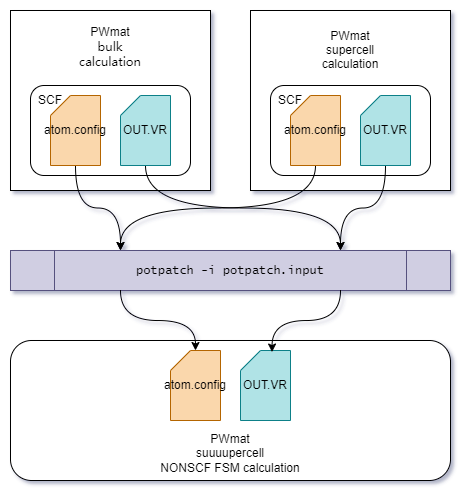
Above: doc/images/potpatch.drawio.png in bzzlfd/potpatch (draw.io), before the change. Source tidied: cells renumbered, new cells last; positions are measured from the earlier drawing's top-left corner, leaving out a move shared by most shapes. Source of this version:
```xml
<mxGraphModel>
  <root>
    <mxCell id="0" />
    <mxCell id="1" parent="0" />
    <mxCell id="2" value="&lt;font face=&quot;Helvetica&quot;&gt;PWmat&lt;/font&gt;&lt;div&gt;&lt;font face=&quot;jHehnsty3kbcPnLkR7hM&quot;&gt;bulk&lt;/font&gt;&lt;/div&gt;&lt;div&gt;&lt;font face=&quot;jHehnsty3kbcPnLkR7hM&quot;&gt;calculation&lt;/font&gt;&lt;/div&gt;&lt;div&gt;&lt;font face=&quot;jHehnsty3kbcPnLkR7hM&quot;&gt;&lt;br&gt;&lt;/font&gt;&lt;/div&gt;&lt;div&gt;&lt;font face=&quot;jHehnsty3kbcPnLkR7hM&quot;&gt;&lt;br&gt;&lt;/font&gt;&lt;/div&gt;&lt;div&gt;&lt;font face=&quot;jHehnsty3kbcPnLkR7hM&quot;&gt;&lt;br&gt;&lt;/font&gt;&lt;/div&gt;&lt;div&gt;&lt;font face=&quot;jHehnsty3kbcPnLkR7hM&quot;&gt;&lt;br&gt;&lt;/font&gt;&lt;/div&gt;&lt;div&gt;&lt;font face=&quot;jHehnsty3kbcPnLkR7hM&quot;&gt;&lt;br&gt;&lt;/font&gt;&lt;/div&gt;&lt;div&gt;&lt;font face=&quot;jHehnsty3kbcPnLkR7hM&quot;&gt;&lt;br&gt;&lt;/font&gt;&lt;/div&gt;&lt;div&gt;&lt;br&gt;&lt;/div&gt;" style="rounded=0;whiteSpace=wrap;html=1;" parent="1" vertex="1">
      <mxGeometry width="200" height="180" as="geometry" />
    </mxCell>
    <mxCell id="3" style="rounded=1;whiteSpace=wrap;html=1;" parent="1" vertex="1">
      <mxGeometry x="20" y="75" width="160" height="90" as="geometry" />
    </mxCell>
    <mxCell id="4" style="edgeStyle=orthogonalEdgeStyle;curved=1;rounded=0;jettySize=auto;html=1;exitX=0.5;exitY=1;exitDx=0;exitDy=0;exitPerimeter=0;entryX=0.75;entryY=0;entryDx=0;entryDy=0;" parent="1" edge="1" source="5" target="14">
      <mxGeometry relative="1" as="geometry" />
    </mxCell>
    <mxCell id="5" value="OUT.VR" style="shape=card;whiteSpace=wrap;html=1;size=20;fillColor=#b0e3e6;strokeColor=#0e8088;" parent="1" vertex="1">
      <mxGeometry x="110" y="85" width="50" height="70" as="geometry" />
    </mxCell>
    <mxCell id="6" style="edgeStyle=orthogonalEdgeStyle;curved=1;rounded=0;jettySize=auto;html=1;exitX=0.5;exitY=1;exitDx=0;exitDy=0;exitPerimeter=0;entryX=0.25;entryY=0;entryDx=0;entryDy=0;" parent="1" edge="1" source="7" target="14">
      <mxGeometry relative="1" as="geometry" />
    </mxCell>
    <mxCell id="7" value="&lt;font face=&quot;Helvetica&quot;&gt;atom.config&lt;/font&gt;" style="shape=card;whiteSpace=wrap;html=1;size=20;fillColor=#fad7ac;strokeColor=#b46504;" parent="1" vertex="1">
      <mxGeometry x="40" y="85" width="50" height="70" as="geometry" />
    </mxCell>
    <mxCell id="8" value="PWmat&lt;div&gt;supercell&lt;/div&gt;&lt;div&gt;calculation&lt;/div&gt;&lt;div&gt;&lt;br&gt;&lt;/div&gt;&lt;div&gt;&lt;br&gt;&lt;/div&gt;&lt;div&gt;&lt;br&gt;&lt;/div&gt;&lt;div&gt;&lt;br&gt;&lt;/div&gt;&lt;div&gt;&lt;br&gt;&lt;/div&gt;&lt;div&gt;&lt;br&gt;&lt;/div&gt;&lt;div&gt;&lt;br&gt;&lt;/div&gt;" style="rounded=0;whiteSpace=wrap;html=1;" parent="1" vertex="1">
      <mxGeometry x="240" width="200" height="180" as="geometry" />
    </mxCell>
    <mxCell id="9" style="rounded=1;whiteSpace=wrap;html=1;" parent="1" vertex="1">
      <mxGeometry x="260" y="75" width="160" height="90" as="geometry" />
    </mxCell>
    <mxCell id="10" style="edgeStyle=orthogonalEdgeStyle;curved=1;rounded=0;jettySize=auto;html=1;exitX=0.5;exitY=1;exitDx=0;exitDy=0;exitPerimeter=0;entryX=0.75;entryY=0;entryDx=0;entryDy=0;" parent="1" edge="1" source="11" target="14">
      <mxGeometry relative="1" as="geometry" />
    </mxCell>
    <mxCell id="11" value="OUT.VR" style="shape=card;whiteSpace=wrap;html=1;size=20;fillColor=#b0e3e6;strokeColor=#0e8088;" parent="1" vertex="1">
      <mxGeometry x="350" y="85" width="50" height="70" as="geometry" />
    </mxCell>
    <mxCell id="12" style="edgeStyle=orthogonalEdgeStyle;curved=1;rounded=0;jettySize=auto;html=1;exitX=0.5;exitY=1;exitDx=0;exitDy=0;exitPerimeter=0;entryX=0.25;entryY=0;entryDx=0;entryDy=0;" parent="1" edge="1" source="13" target="14">
      <mxGeometry relative="1" as="geometry" />
    </mxCell>
    <mxCell id="13" value="atom.config" style="shape=card;whiteSpace=wrap;html=1;size=20;fillColor=#fad7ac;strokeColor=#b46504;" parent="1" vertex="1">
      <mxGeometry x="280" y="85" width="50" height="70" as="geometry" />
    </mxCell>
    <mxCell id="14" value="&lt;font face=&quot;Lucida Console&quot;&gt;potpatch -i potpatch.input&lt;/font&gt;" style="shape=process;whiteSpace=wrap;html=1;backgroundOutline=1;fillColor=#d0cee2;strokeColor=#56517e;" parent="1" vertex="1">
      <mxGeometry y="240" width="440" height="40" as="geometry" />
    </mxCell>
    <mxCell id="15" value="&lt;div&gt;&lt;br&gt;&lt;/div&gt;&lt;div&gt;&lt;br&gt;&lt;/div&gt;&lt;div&gt;&lt;br&gt;&lt;/div&gt;&lt;div&gt;&lt;br&gt;&lt;/div&gt;&lt;div&gt;&lt;br&gt;&lt;/div&gt;&lt;div&gt;&lt;br&gt;&lt;/div&gt;&lt;div&gt;PWmat&lt;/div&gt;&lt;div&gt;suuuupercell&lt;/div&gt;&lt;div&gt;NONSCF&amp;nbsp;&lt;span style=&quot;background-color: initial;&quot;&gt;FSM calculation&lt;/span&gt;&lt;/div&gt;" style="rounded=1;whiteSpace=wrap;html=1;" parent="1" vertex="1">
      <mxGeometry y="330" width="440" height="140" as="geometry" />
    </mxCell>
    <mxCell id="16" value="OUT.VR" style="shape=card;whiteSpace=wrap;html=1;size=20;fillColor=#b0e3e6;strokeColor=#0e8088;" parent="1" vertex="1">
      <mxGeometry x="230" y="340" width="50" height="70" as="geometry" />
    </mxCell>
    <mxCell id="17" value="atom.config" style="shape=card;whiteSpace=wrap;html=1;size=20;fillColor=#fad7ac;strokeColor=#b46504;" parent="1" vertex="1">
      <mxGeometry x="160" y="340" width="50" height="70" as="geometry" />
    </mxCell>
    <mxCell id="18" style="edgeStyle=orthogonalEdgeStyle;curved=1;rounded=0;jettySize=auto;html=1;exitX=0.75;exitY=1;exitDx=0;exitDy=0;entryX=0.631;entryY=0.022;entryDx=0;entryDy=0;entryPerimeter=0;" parent="1" edge="1" source="14" target="16">
      <mxGeometry relative="1" as="geometry" />
    </mxCell>
    <mxCell id="19" style="edgeStyle=orthogonalEdgeStyle;curved=1;rounded=0;jettySize=auto;html=1;exitX=0.25;exitY=1;exitDx=0;exitDy=0;entryX=0.5;entryY=0;entryDx=0;entryDy=0;entryPerimeter=0;" parent="1" edge="1" source="14" target="17">
      <mxGeometry relative="1" as="geometry" />
    </mxCell>
    <mxCell id="20" value="SCF" style="text;html=1;align=center;verticalAlign=middle;whiteSpace=wrap;rounded=0;" parent="1" vertex="1">
      <mxGeometry x="10" y="75" width="60" height="30" as="geometry" />
    </mxCell>
    <mxCell id="21" value="SCF" style="text;html=1;align=center;verticalAlign=middle;whiteSpace=wrap;rounded=0;" parent="1" vertex="1">
      <mxGeometry x="250" y="75" width="60" height="30" as="geometry" />
    </mxCell>
  </root>
</mxGraphModel>
```
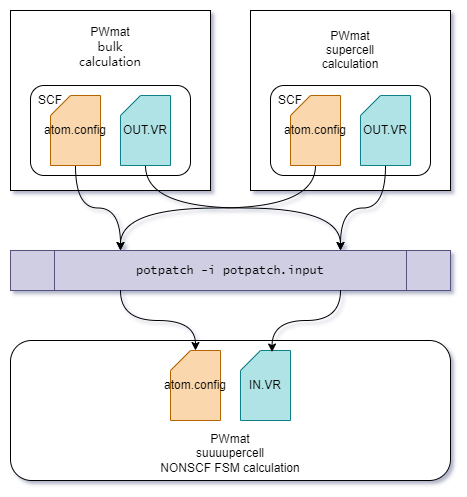
Later version of the same file.

Commit message:
modify potpatch diagram (OUT.VR->IN.VR)

The edit, as a diff of the source:
```diff
@@ -44,7 +44,7 @@
     <mxCell id="15" value="&lt;div&gt;&lt;br&gt;&lt;/div&gt;&lt;div&gt;&lt;br&gt;&lt;/div&gt;&lt;div&gt;&lt;br&gt;&lt;/div&gt;&lt;div&gt;&lt;br&gt;&lt;/div&gt;&lt;div&gt;&lt;br&gt;&lt;/div&gt;&lt;div&gt;&lt;br&gt;&lt;/div&gt;&lt;div&gt;PWmat&lt;/div&gt;&lt;div&gt;suuuupercell&lt;/div&gt;&lt;div&gt;NONSCF&amp;nbsp;&lt;span style=&quot;background-color: initial;&quot;&gt;FSM calculation&lt;/span&gt;&lt;/div&gt;" style="rounded=1;whiteSpace=wrap;html=1;" parent="1" vertex="1">
       <mxGeometry y="330" width="440" height="140" as="geometry" />
     </mxCell>
-    <mxCell id="16" value="OUT.VR" style="shape=card;whiteSpace=wrap;html=1;size=20;fillColor=#b0e3e6;strokeColor=#0e8088;" parent="1" vertex="1">
+    <mxCell id="16" value="IN.VR" style="shape=card;whiteSpace=wrap;html=1;size=20;fillColor=#b0e3e6;strokeColor=#0e8088;" parent="1" vertex="1">
       <mxGeometry x="230" y="340" width="50" height="70" as="geometry" />
     </mxCell>
     <mxCell id="17" value="atom.config" style="shape=card;whiteSpace=wrap;html=1;size=20;fillColor=#fad7ac;strokeColor=#b46504;" parent="1" vertex="1">
```
